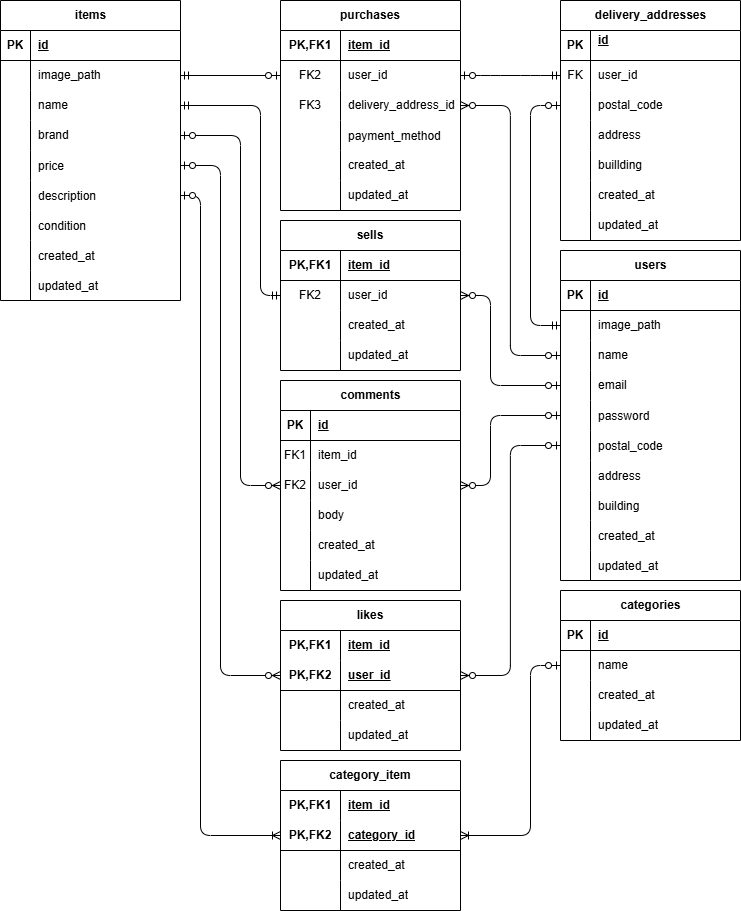
Above: docs/er-diagram.drawio.png in fujiwara-k0814/first-mock-project (draw.io), before the change. Source tidied: cells renumbered, new cells last; positions are measured from the earlier drawing's top-left corner, leaving out a move shared by most shapes.
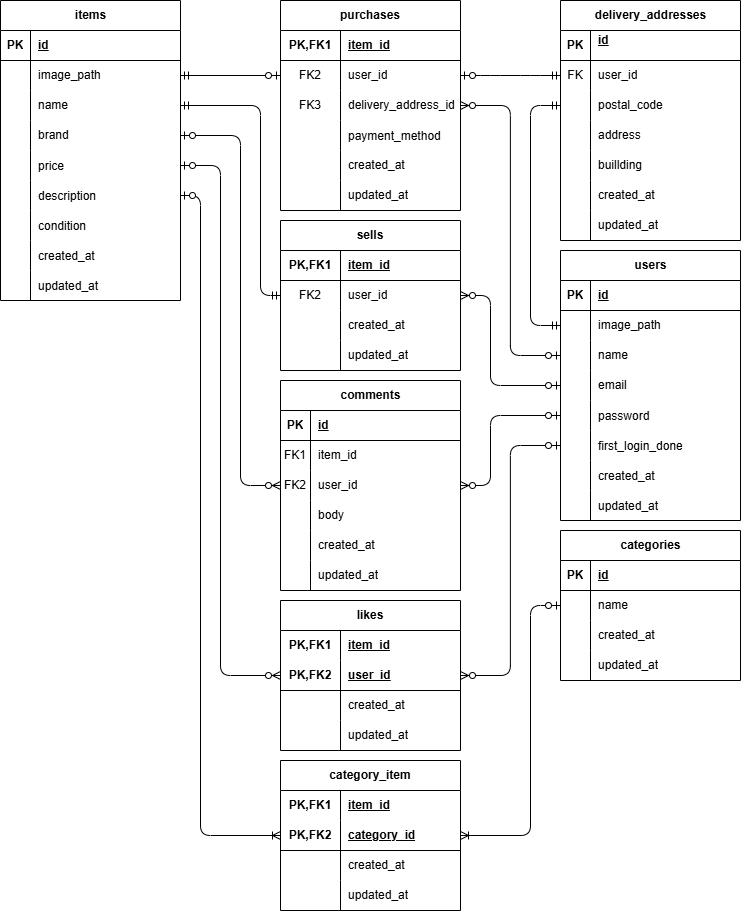
After the commit.

Change to the diagram source:
```diff
@@ -126,7 +126,7 @@
       <mxGeometry x="60" width="120" height="30" as="geometry" />
     </mxCell>
     <mxCell id="43" value="categories" style="shape=table;startSize=30;rowLines=0;fontStyle=1;align=center;html=1;" parent="1" vertex="1">
-      <mxGeometry x="560" y="590" width="180" height="150" as="geometry" />
+      <mxGeometry x="560" y="530" width="180" height="150" as="geometry" />
     </mxCell>
     <mxCell id="44" style="shape=tableRow;horizontal=0;startSize=0;swimlaneHead=0;swimlaneBody=0;fillColor=none;top=0;left=0;right=0;bottom=1;" parent="43" vertex="1">
       <mxGeometry y="30" width="180" height="30" as="geometry" />
@@ -300,7 +300,7 @@
       <mxGeometry x="60" width="120" height="30" as="geometry" />
     </mxCell>
     <mxCell id="101" value="users" style="shape=table;startSize=30;rowLines=0;fontStyle=1;align=center;html=1;" parent="1" vertex="1">
-      <mxGeometry x="560" y="250" width="180" height="330" as="geometry" />
+      <mxGeometry x="560" y="250" width="180" height="270" as="geometry" />
     </mxCell>
     <mxCell id="102" style="shape=tableRow;horizontal=0;startSize=0;swimlaneHead=0;swimlaneBody=0;fillColor=none;top=0;left=0;right=0;bottom=1;" parent="101" vertex="1">
       <mxGeometry y="30" width="180" height="30" as="geometry" />
@@ -350,32 +350,14 @@
     <mxCell id="117" style="shape=tableRow;horizontal=0;startSize=0;swimlaneHead=0;swimlaneBody=0;fillColor=none;points=[[0,0.5],[1,0.5]];portConstraint=eastwest;top=0;left=0;right=0;bottom=0;" parent="101" vertex="1">
       <mxGeometry y="180" width="180" height="30" as="geometry" />
     </mxCell>
-    <mxCell id="118" style="shape=partialRectangle;fillColor=none;top=0;left=0;bottom=0;right=0;overflow=hidden;" parent="117" vertex="1">
-      <mxGeometry width="30" height="30" as="geometry" />
-    </mxCell>
-    <mxCell id="119" value="postal_code" style="shape=partialRectangle;fillColor=none;top=0;left=0;bottom=0;right=0;align=left;spacingLeft=6;overflow=hidden;" parent="117" vertex="1">
-      <mxGeometry x="30" width="150" height="30" as="geometry" />
-    </mxCell>
-    <mxCell id="120" style="shape=tableRow;horizontal=0;startSize=0;swimlaneHead=0;swimlaneBody=0;fillColor=none;top=0;left=0;right=0;bottom=0;" parent="101" vertex="1">
-      <mxGeometry y="210" width="180" height="30" as="geometry" />
-    </mxCell>
-    <mxCell id="121" style="shape=partialRectangle;fillColor=none;top=0;left=0;bottom=0;right=0;overflow=hidden;" parent="120" vertex="1">
-      <mxGeometry width="30" height="30" as="geometry" />
-    </mxCell>
-    <mxCell id="122" value="address" style="shape=partialRectangle;fillColor=none;top=0;left=0;bottom=0;right=0;align=left;spacingLeft=6;overflow=hidden;" parent="120" vertex="1">
-      <mxGeometry x="30" width="150" height="30" as="geometry" />
-    </mxCell>
-    <mxCell id="123" style="shape=tableRow;horizontal=0;startSize=0;swimlaneHead=0;swimlaneBody=0;fillColor=none;top=0;left=0;right=0;bottom=0;" parent="101" vertex="1">
-      <mxGeometry y="240" width="180" height="30" as="geometry" />
-    </mxCell>
-    <mxCell id="124" style="shape=partialRectangle;fillColor=none;top=0;left=0;bottom=0;right=0;overflow=hidden;" parent="123" vertex="1">
-      <mxGeometry width="30" height="30" as="geometry" />
-    </mxCell>
-    <mxCell id="125" value="building" style="shape=partialRectangle;fillColor=none;top=0;left=0;bottom=0;right=0;align=left;spacingLeft=6;overflow=hidden;" parent="123" vertex="1">
-      <mxGeometry x="30" width="150" height="30" as="geometry" />
-    </mxCell>
+    <mxCell id="185" style="shape=partialRectangle;fillColor=none;top=0;left=0;bottom=0;right=0;overflow=hidden;" parent="117" vertex="1">
+      <mxGeometry width="30" height="30" as="geometry" />
+    </mxCell>
+    <mxCell id="186" value="first_login_done" style="shape=partialRectangle;fillColor=none;top=0;left=0;bottom=0;right=0;align=left;spacingLeft=6;overflow=hidden;" parent="117" vertex="1">
+      <mxGeometry x="30" width="150" height="30" as="geometry" />
+    </mxCell>
     <mxCell id="126" style="shape=tableRow;horizontal=0;startSize=0;swimlaneHead=0;swimlaneBody=0;fillColor=none;top=0;left=0;right=0;bottom=0;" parent="101" vertex="1">
-      <mxGeometry y="270" width="180" height="30" as="geometry" />
+      <mxGeometry y="210" width="180" height="30" as="geometry" />
     </mxCell>
     <mxCell id="127" style="shape=partialRectangle;fillColor=none;top=0;left=0;bottom=0;right=0;overflow=hidden;" parent="126" vertex="1">
       <mxGeometry width="30" height="30" as="geometry" />
@@ -384,7 +366,7 @@
       <mxGeometry x="30" width="150" height="30" as="geometry" />
     </mxCell>
     <mxCell id="129" style="shape=tableRow;horizontal=0;startSize=0;swimlaneHead=0;swimlaneBody=0;fillColor=none;top=0;left=0;right=0;bottom=0;" parent="101" vertex="1">
-      <mxGeometry y="300" width="180" height="30" as="geometry" />
+      <mxGeometry y="240" width="180" height="30" as="geometry" />
     </mxCell>
     <mxCell id="130" style="shape=partialRectangle;fillColor=none;top=0;left=0;bottom=0;right=0;overflow=hidden;" parent="129" vertex="1">
       <mxGeometry width="30" height="30" as="geometry" />
@@ -441,8 +423,10 @@
         </Array>
       </mxGeometry>
     </mxCell>
-    <mxCell id="140" style="edgeStyle=elbowEdgeStyle;fontSize=12;html=1;endArrow=ERzeroToMany;startArrow=ERzeroToOne;entryX=1;entryY=0.5;entryDx=0;entryDy=0;exitX=0;exitY=0.5;exitDx=0;exitDy=0;" parent="1" edge="1" source="117" target="92">
-      <mxGeometry relative="1" as="geometry" />
+    <mxCell id="140" style="edgeStyle=elbowEdgeStyle;fontSize=12;html=1;endArrow=ERzeroToMany;startArrow=ERzeroToOne;entryX=1;entryY=0.5;entryDx=0;entryDy=0;exitX=0;exitY=0.5;exitDx=0;exitDy=0;" parent="1" edge="1" target="92">
+      <mxGeometry relative="1" as="geometry">
+        <mxPoint x="560" y="445" as="sourcePoint" />
+      </mxGeometry>
     </mxCell>
     <mxCell id="141" style="edgeStyle=elbowEdgeStyle;fontSize=12;html=1;endArrow=ERoneToMany;startArrow=ERzeroToOne;exitX=0;exitY=0.5;exitDx=0;exitDy=0;entryX=1;entryY=0.5;entryDx=0;entryDy=0;" parent="1" edge="1" source="47" target="34">
       <mxGeometry relative="1" as="geometry">
@@ -455,14 +439,6 @@
     <mxCell id="142" style="edgeStyle=entityRelationEdgeStyle;fontSize=12;html=1;endArrow=ERzeroToOne;startArrow=ERmandOne;exitX=0;exitY=0.5;exitDx=0;exitDy=0;entryX=1;entryY=0.5;entryDx=0;entryDy=0;" parent="1" edge="1" source="148" target="60">
       <mxGeometry relative="1" as="geometry" />
     </mxCell>
-    <mxCell id="143" style="edgeStyle=elbowEdgeStyle;fontSize=12;html=1;endArrow=ERzeroToOne;startArrow=ERmandOne;exitX=0;exitY=0.5;exitDx=0;exitDy=0;entryX=0;entryY=0.5;entryDx=0;entryDy=0;" parent="1" edge="1" source="105">
-      <mxGeometry relative="1" as="geometry">
-        <mxPoint x="560" y="105" as="targetPoint" />
-        <Array as="points">
-          <mxPoint x="530" y="220" />
-        </Array>
-      </mxGeometry>
-    </mxCell>
     <mxCell id="144" value="&lt;span style=&quot;color: rgb(0, 0, 0); text-wrap-mode: wrap;&quot;&gt;delivery_addresses&lt;/span&gt;" style="shape=table;startSize=30;rowLines=0;fontStyle=1;align=center;html=1;" parent="1" vertex="1">
       <mxGeometry x="560" width="180" height="240" as="geometry" />
     </mxCell>
@@ -586,5 +562,13 @@
     <mxCell id="184" value="updated_at" style="shape=partialRectangle;fillColor=none;top=0;left=0;bottom=0;right=0;align=left;spacingLeft=6;overflow=hidden;whiteSpace=wrap;html=1;" parent="182" vertex="1">
       <mxGeometry x="30" width="150" height="30" as="geometry" />
     </mxCell>
+    <mxCell id="187" style="edgeStyle=elbowEdgeStyle;fontSize=12;html=1;endArrow=ERmandOne;startArrow=ERmandOne;entryX=0;entryY=0.5;entryDx=0;entryDy=0;exitX=0;exitY=0.5;exitDx=0;exitDy=0;" parent="1" edge="1" source="151" target="105">
+      <mxGeometry relative="1" as="geometry">
+        <Array as="points">
+          <mxPoint x="530" y="210" />
+          <mxPoint x="510" y="245" />
+        </Array>
+      </mxGeometry>
+    </mxCell>
   </root>
 </mxGraphModel>
```
